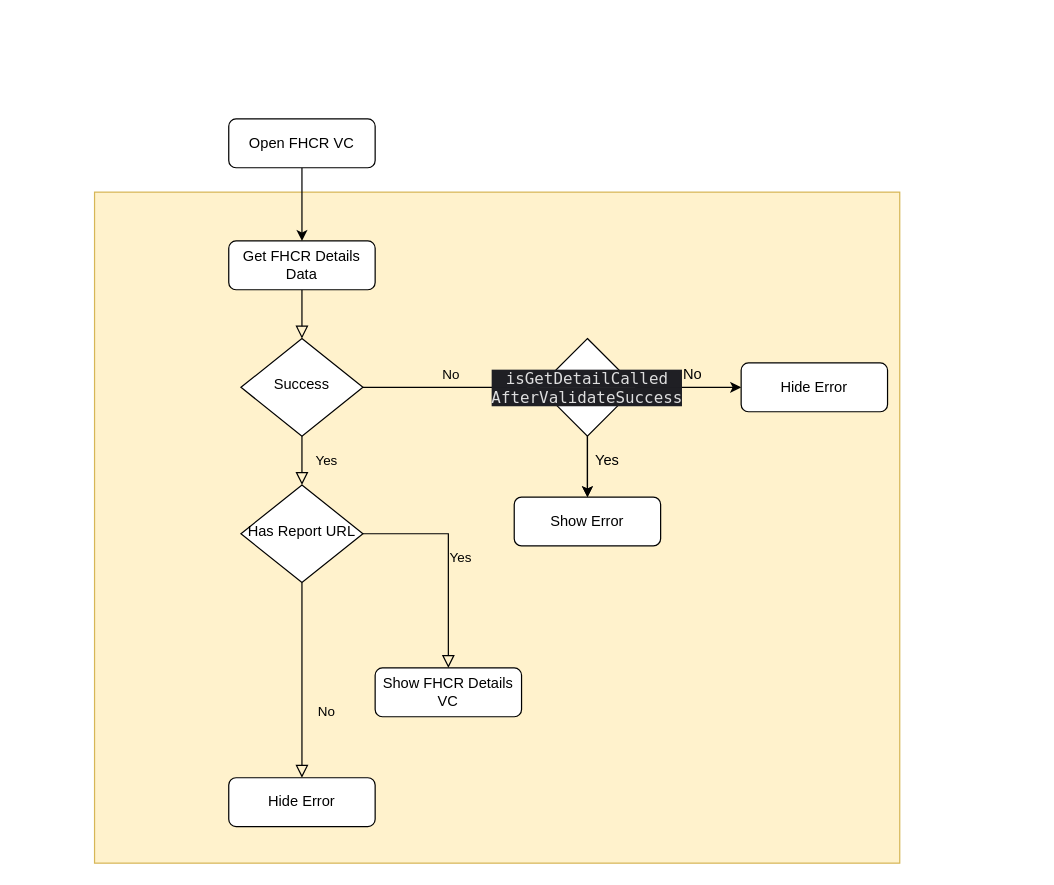
amit2908/Notes keeps this draw.io diagram as FHCRFlowDiagram.drawio. Above is the earlier version. Source tidied: cells renumbered, new cells numbered last; positions are measured from the earlier drawing's top-left corner, leaving out a move shared by most shapes. Both pictures are drawn from the tidied source at 122%, with x=0, y=0 at pixel (94, 118).
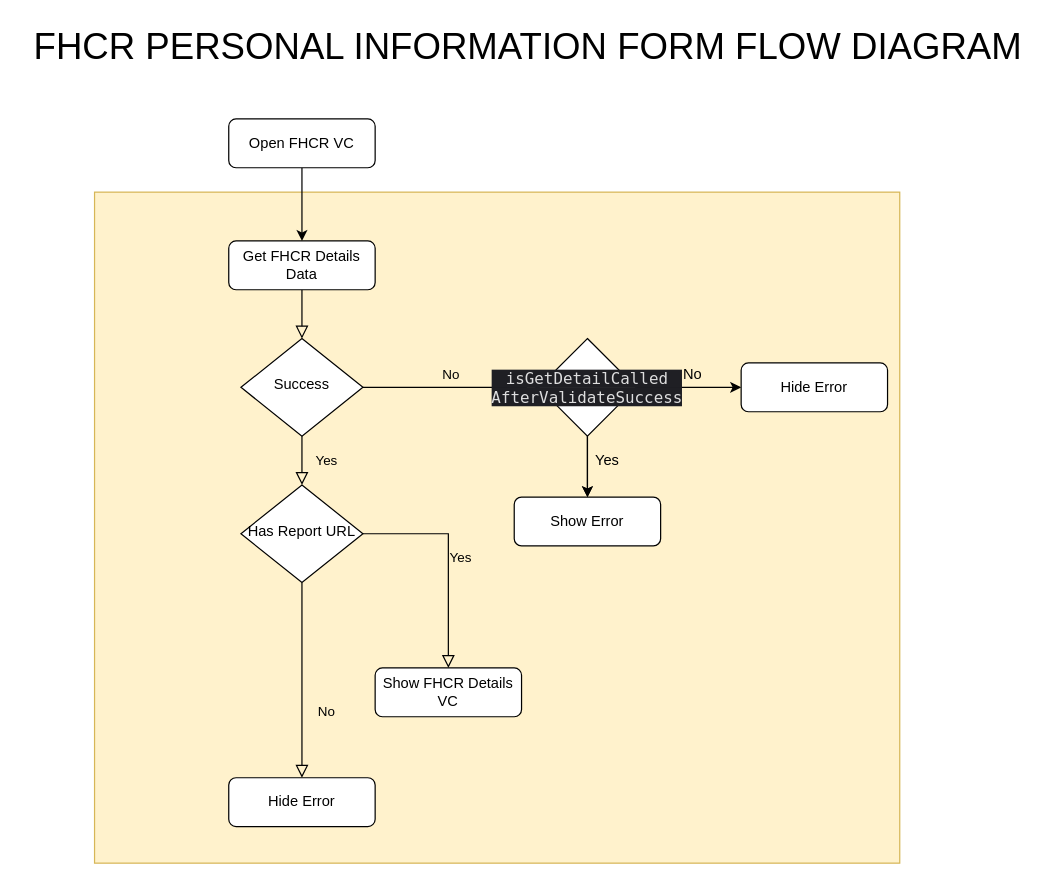
After the change.

What changed in the source:
```diff
@@
+    <mxCell id="23" value="FHCR PERSONAL INFORMATION FORM FLOW DIAGRAM" style="text;html=1;align=center;verticalAlign=middle;fontSize=30;" parent="1" vertex="1">
+      <mxGeometry x="-60" y="-80" width="830" height="40" as="geometry" />
+    </mxCell>
```
